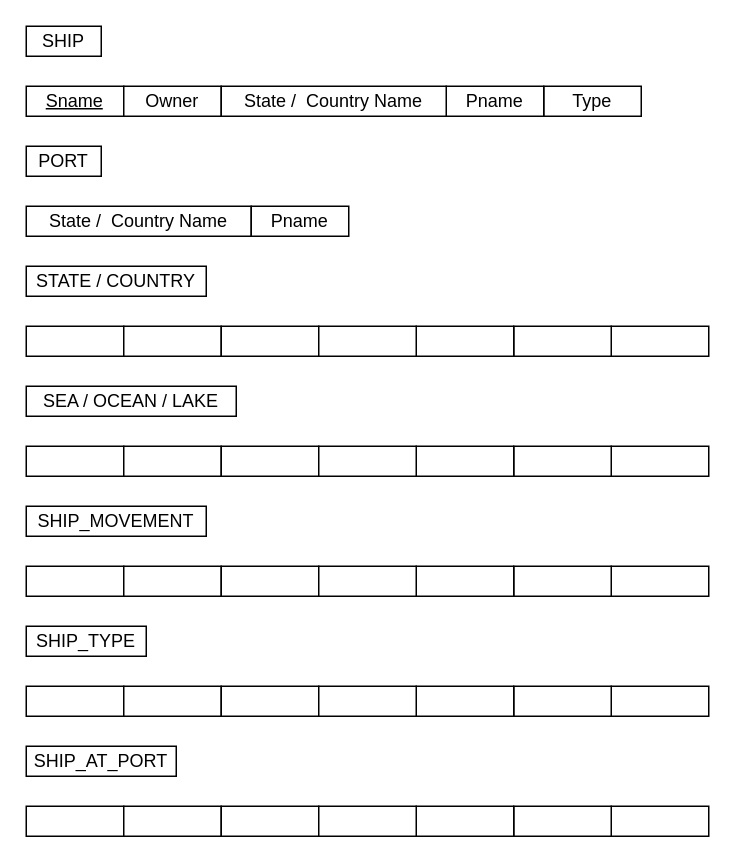
Above: assignment3/Question1.drawio in shivamdesai04/ENSF300 (draw.io), before the change. Source tidied: cells renumbered, new cells numbered last; positions are measured from the earlier drawing's top-left corner, leaving out a move shared by most shapes. Both pictures are drawn from the tidied source at 150%, with x=0, y=0 at pixel (26, 26).
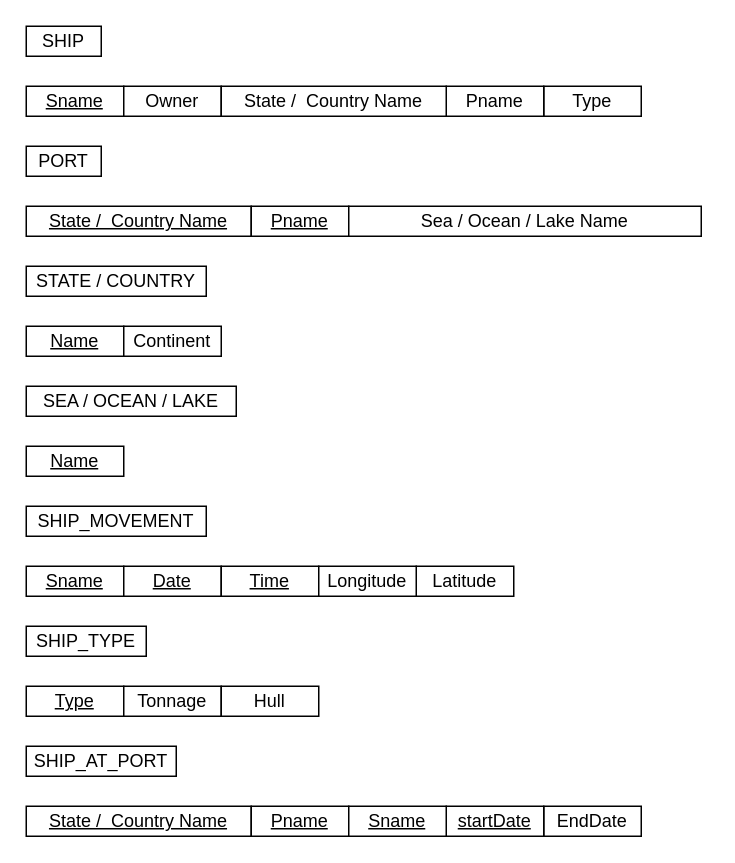
The same page after the edit.

Change to the diagram source:
```diff
@@
-    <mxCell id="10" style="rounded=0;whiteSpace=wrap;html=1;" parent="1" vertex="1">
+    <mxCell id="10" value="&lt;u&gt;Name&lt;/u&gt;" style="rounded=0;whiteSpace=wrap;html=1;" parent="1" vertex="1">
       <mxGeometry y="200" width="65" height="20" as="geometry" />
     </mxCell>
-    <mxCell id="11" style="rounded=0;whiteSpace=wrap;html=1;" parent="1" vertex="1">
+    <mxCell id="11" value="Continent" style="rounded=0;whiteSpace=wrap;html=1;" parent="1" vertex="1">
       <mxGeometry x="65" y="200" width="65" height="20" as="geometry" />
     </mxCell>
-    <mxCell id="12" style="rounded=0;whiteSpace=wrap;html=1;" parent="1" vertex="1">
-      <mxGeometry x="390" y="200" width="65" height="20" as="geometry" />
-    </mxCell>
-    <mxCell id="13" style="rounded=0;whiteSpace=wrap;html=1;" parent="1" vertex="1">
-      <mxGeometry x="325" y="200" width="65" height="20" as="geometry" />
-    </mxCell>
-    <mxCell id="14" style="rounded=0;whiteSpace=wrap;html=1;" parent="1" vertex="1">
-      <mxGeometry x="260" y="200" width="65" height="20" as="geometry" />
-    </mxCell>
-    <mxCell id="15" style="rounded=0;whiteSpace=wrap;html=1;" parent="1" vertex="1">
-      <mxGeometry x="130" y="200" width="65" height="20" as="geometry" />
-    </mxCell>
-    <mxCell id="16" style="rounded=0;whiteSpace=wrap;html=1;" parent="1" vertex="1">
-      <mxGeometry x="195" y="200" width="65" height="20" as="geometry" />
-    </mxCell>
-    <mxCell id="17" style="rounded=0;whiteSpace=wrap;html=1;" parent="1" vertex="1">
-      <mxGeometry y="280" width="65" height="20" as="geometry" />
-    </mxCell>
-    <mxCell id="18" style="rounded=0;whiteSpace=wrap;html=1;" parent="1" vertex="1">
-      <mxGeometry x="65" y="280" width="65" height="20" as="geometry" />
-    </mxCell>
-    <mxCell id="19" style="rounded=0;whiteSpace=wrap;html=1;" parent="1" vertex="1">
-      <mxGeometry x="390" y="280" width="65" height="20" as="geometry" />
-    </mxCell>
-    <mxCell id="20" style="rounded=0;whiteSpace=wrap;html=1;" parent="1" vertex="1">
-      <mxGeometry x="325" y="280" width="65" height="20" as="geometry" />
-    </mxCell>
-    <mxCell id="21" style="rounded=0;whiteSpace=wrap;html=1;" parent="1" vertex="1">
-      <mxGeometry x="260" y="280" width="65" height="20" as="geometry" />
-    </mxCell>
-    <mxCell id="22" style="rounded=0;whiteSpace=wrap;html=1;" parent="1" vertex="1">
-      <mxGeometry x="130" y="280" width="65" height="20" as="geometry" />
-    </mxCell>
-    <mxCell id="23" style="rounded=0;whiteSpace=wrap;html=1;" parent="1" vertex="1">
-      <mxGeometry x="195" y="280" width="65" height="20" as="geometry" />
-    </mxCell>
@@
-    <mxCell id="28" style="rounded=0;whiteSpace=wrap;html=1;" parent="1" vertex="1">
+    <mxCell id="28" value="&lt;u&gt;Sname&lt;/u&gt;" style="rounded=0;whiteSpace=wrap;html=1;" parent="1" vertex="1">
       <mxGeometry y="360" width="65" height="20" as="geometry" />
     </mxCell>
-    <mxCell id="29" style="rounded=0;whiteSpace=wrap;html=1;" parent="1" vertex="1">
+    <mxCell id="29" value="&lt;u&gt;Date&lt;/u&gt;" style="rounded=0;whiteSpace=wrap;html=1;" parent="1" vertex="1">
       <mxGeometry x="65" y="360" width="65" height="20" as="geometry" />
     </mxCell>
-    <mxCell id="30" style="rounded=0;whiteSpace=wrap;html=1;" parent="1" vertex="1">
-      <mxGeometry x="390" y="360" width="65" height="20" as="geometry" />
-    </mxCell>
-    <mxCell id="31" style="rounded=0;whiteSpace=wrap;html=1;" parent="1" vertex="1">
-      <mxGeometry x="325" y="360" width="65" height="20" as="geometry" />
-    </mxCell>
-    <mxCell id="32" style="rounded=0;whiteSpace=wrap;html=1;" parent="1" vertex="1">
+    <mxCell id="32" value="Latitude" style="rounded=0;whiteSpace=wrap;html=1;" parent="1" vertex="1">
       <mxGeometry x="260" y="360" width="65" height="20" as="geometry" />
     </mxCell>
-    <mxCell id="33" style="rounded=0;whiteSpace=wrap;html=1;" parent="1" vertex="1">
+    <mxCell id="33" value="&lt;u&gt;Time&lt;/u&gt;" style="rounded=0;whiteSpace=wrap;html=1;" parent="1" vertex="1">
       <mxGeometry x="130" y="360" width="65" height="20" as="geometry" />
     </mxCell>
-    <mxCell id="34" style="rounded=0;whiteSpace=wrap;html=1;" parent="1" vertex="1">
+    <mxCell id="34" value="Longitude" style="rounded=0;whiteSpace=wrap;html=1;" parent="1" vertex="1">
       <mxGeometry x="195" y="360" width="65" height="20" as="geometry" />
     </mxCell>
-    <mxCell id="35" style="rounded=0;whiteSpace=wrap;html=1;" parent="1" vertex="1">
+    <mxCell id="35" value="&lt;u&gt;Type&lt;/u&gt;" style="rounded=0;whiteSpace=wrap;html=1;" parent="1" vertex="1">
       <mxGeometry y="440" width="65" height="20" as="geometry" />
     </mxCell>
-    <mxCell id="36" style="rounded=0;whiteSpace=wrap;html=1;" parent="1" vertex="1">
+    <mxCell id="36" value="Tonnage" style="rounded=0;whiteSpace=wrap;html=1;" parent="1" vertex="1">
       <mxGeometry x="65" y="440" width="65" height="20" as="geometry" />
     </mxCell>
-    <mxCell id="37" style="rounded=0;whiteSpace=wrap;html=1;" parent="1" vertex="1">
-      <mxGeometry x="390" y="440" width="65" height="20" as="geometry" />
-    </mxCell>
-    <mxCell id="38" style="rounded=0;whiteSpace=wrap;html=1;" parent="1" vertex="1">
-      <mxGeometry x="325" y="440" width="65" height="20" as="geometry" />
-    </mxCell>
-    <mxCell id="39" style="rounded=0;whiteSpace=wrap;html=1;" parent="1" vertex="1">
-      <mxGeometry x="260" y="440" width="65" height="20" as="geometry" />
-    </mxCell>
-    <mxCell id="40" style="rounded=0;whiteSpace=wrap;html=1;" parent="1" vertex="1">
+    <mxCell id="40" value="Hull" style="rounded=0;whiteSpace=wrap;html=1;" parent="1" vertex="1">
       <mxGeometry x="130" y="440" width="65" height="20" as="geometry" />
     </mxCell>
-    <mxCell id="41" style="rounded=0;whiteSpace=wrap;html=1;" parent="1" vertex="1">
-      <mxGeometry x="195" y="440" width="65" height="20" as="geometry" />
-    </mxCell>
-    <mxCell id="42" style="rounded=0;whiteSpace=wrap;html=1;" parent="1" vertex="1">
-      <mxGeometry y="520" width="65" height="20" as="geometry" />
-    </mxCell>
-    <mxCell id="43" style="rounded=0;whiteSpace=wrap;html=1;" parent="1" vertex="1">
-      <mxGeometry x="65" y="520" width="65" height="20" as="geometry" />
-    </mxCell>
-    <mxCell id="44" style="rounded=0;whiteSpace=wrap;html=1;" parent="1" vertex="1">
-      <mxGeometry x="390" y="520" width="65" height="20" as="geometry" />
-    </mxCell>
-    <mxCell id="45" style="rounded=0;whiteSpace=wrap;html=1;" parent="1" vertex="1">
-      <mxGeometry x="325" y="520" width="65" height="20" as="geometry" />
+    <mxCell id="45" value="EndDate" style="rounded=0;whiteSpace=wrap;html=1;" parent="1" vertex="1">
+      <mxGeometry x="345" y="520" width="65" height="20" as="geometry" />
     </mxCell>
-    <mxCell id="46" style="rounded=0;whiteSpace=wrap;html=1;" parent="1" vertex="1">
-      <mxGeometry x="260" y="520" width="65" height="20" as="geometry" />
+    <mxCell id="46" value="&lt;u&gt;startDate&lt;/u&gt;" style="rounded=0;whiteSpace=wrap;html=1;" parent="1" vertex="1">
+      <mxGeometry x="280" y="520" width="65" height="20" as="geometry" />
     </mxCell>
-    <mxCell id="47" style="rounded=0;whiteSpace=wrap;html=1;" parent="1" vertex="1">
-      <mxGeometry x="130" y="520" width="65" height="20" as="geometry" />
-    </mxCell>
-    <mxCell id="48" style="rounded=0;whiteSpace=wrap;html=1;" parent="1" vertex="1">
-      <mxGeometry x="195" y="520" width="65" height="20" as="geometry" />
-    </mxCell>
-    <mxCell id="49" value="State / &amp;nbsp;Country Name" style="rounded=0;whiteSpace=wrap;html=1;" parent="1" vertex="1">
+    <mxCell id="49" value="&lt;u&gt;State / &amp;nbsp;Country Name&lt;/u&gt;" style="rounded=0;whiteSpace=wrap;html=1;" parent="1" vertex="1">
       <mxGeometry y="120" width="150" height="20" as="geometry" />
     </mxCell>
-    <mxCell id="50" value="Pname" style="rounded=0;whiteSpace=wrap;html=1;" parent="1" vertex="1">
+    <mxCell id="50" value="&lt;u&gt;Pname&lt;/u&gt;" style="rounded=0;whiteSpace=wrap;html=1;" parent="1" vertex="1">
       <mxGeometry x="150" y="120" width="65" height="20" as="geometry" />
     </mxCell>
+    <mxCell id="51" value="Sea / Ocean / Lake Name" style="rounded=0;whiteSpace=wrap;html=1;" parent="1" vertex="1">
+      <mxGeometry x="215" y="120" width="235" height="20" as="geometry" />
+    </mxCell>
+    <mxCell id="52" value="&lt;u&gt;Name&lt;/u&gt;" style="rounded=0;whiteSpace=wrap;html=1;" parent="1" vertex="1">
+      <mxGeometry y="280" width="65" height="20" as="geometry" />
+    </mxCell>
+    <mxCell id="53" value="&lt;u&gt;State / &amp;nbsp;Country Name&lt;/u&gt;" style="rounded=0;whiteSpace=wrap;html=1;" parent="1" vertex="1">
+      <mxGeometry y="520" width="150" height="20" as="geometry" />
+    </mxCell>
+    <mxCell id="54" value="&lt;u&gt;Pname&lt;/u&gt;" style="rounded=0;whiteSpace=wrap;html=1;" parent="1" vertex="1">
+      <mxGeometry x="150" y="520" width="65" height="20" as="geometry" />
+    </mxCell>
+    <mxCell id="55" value="&lt;u&gt;Sname&lt;/u&gt;" style="rounded=0;whiteSpace=wrap;html=1;" parent="1" vertex="1">
+      <mxGeometry x="215" y="520" width="65" height="20" as="geometry" />
+    </mxCell>
```
